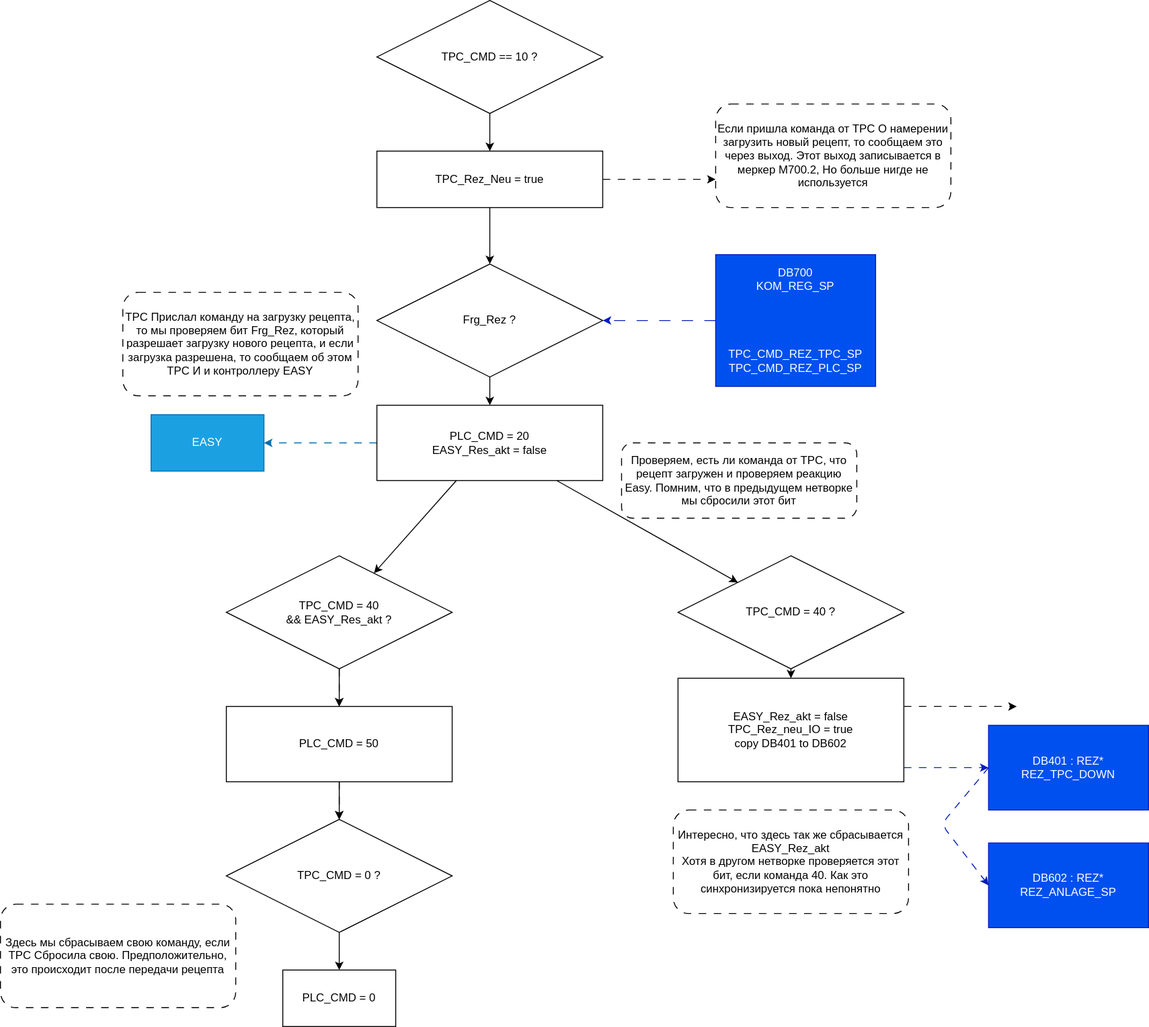
Earlier version of the draw.io export Doc/ПЛК400/Алгоритм загрузки рецепта.drawio.svg (AlexFrick92/PNTZ.Mufta). Source tidied: cells renumbered, new cells last; positions are measured from the earlier drawing's top-left corner, leaving out a move shared by most shapes.
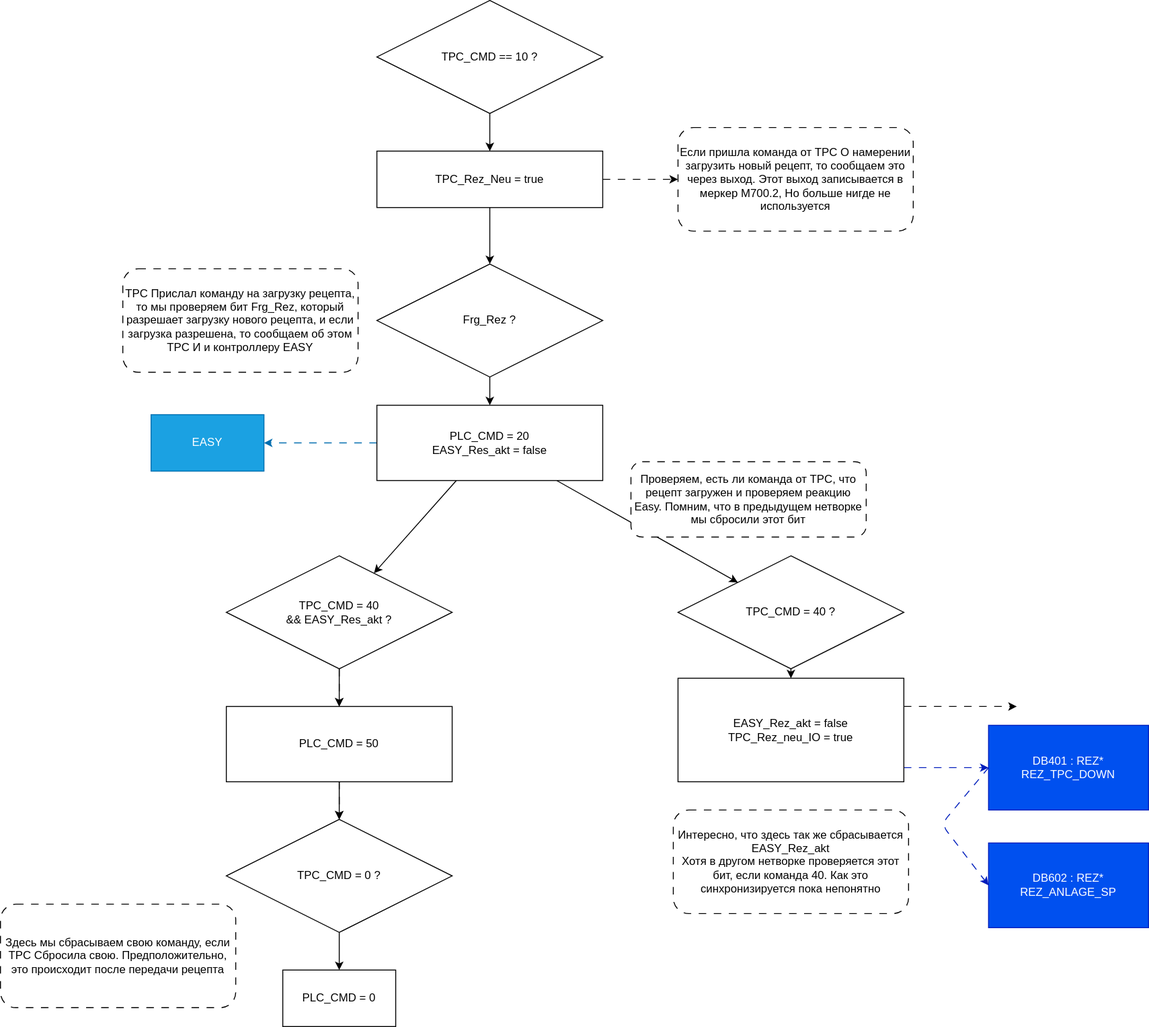
After the change.

Commit message:
Убрал из схемы блок с коммандами. Добавил описание блока в текст

Diff of the diagram source:
```diff
@@ -20,12 +20,6 @@
     <mxCell id="7" value="PLC_CMD = 20&lt;br&gt;EASY_Res_akt = false" style="whiteSpace=wrap;html=1;" parent="1" vertex="1">
       <mxGeometry x="400" y="430" width="240" height="80" as="geometry" />
     </mxCell>
-    <mxCell id="8" style="edgeStyle=none;html=1;dashed=1;fillColor=#0050ef;strokeColor=#001DBC;dashPattern=12 12;" parent="1" edge="1" source="9" target="3">
-      <mxGeometry relative="1" as="geometry" />
-    </mxCell>
-    <mxCell id="9" value="DB700&lt;br&gt;KOM_REG_SP&lt;br&gt;&lt;br&gt;&lt;br&gt;&lt;br&gt;&lt;br&gt;TPC_CMD_REZ_TPC_SP&lt;br&gt;TPC_CMD_REZ_PLC_SP" style="rounded=0;whiteSpace=wrap;html=1;fillColor=#0050ef;strokeColor=#001DBC;fontColor=#ffffff;" parent="1" vertex="1">
-      <mxGeometry x="760" y="270" width="170" height="140" as="geometry" />
-    </mxCell>
     <mxCell id="10" style="edgeStyle=none;html=1;" parent="1" edge="1" source="11" target="31">
       <mxGeometry relative="1" as="geometry" />
     </mxCell>
@@ -36,10 +30,10 @@
       <mxGeometry x="160" y="440" width="120" height="60" as="geometry" />
     </mxCell>
     <mxCell id="13" value="TPC Прислал команду на загрузку рецепта, то мы проверяем бит Frg_Rez, который разрешает загрузку нового рецепта, и если загрузка разрешена, то сообщаем об этом TPC И и контроллеру EASY" style="rounded=1;whiteSpace=wrap;html=1;fillStyle=solid;dashed=1;dashPattern=8 8;" parent="1" vertex="1">
-      <mxGeometry x="130" y="310" width="250" height="110" as="geometry" />
+      <mxGeometry x="130" y="285" width="250" height="110" as="geometry" />
     </mxCell>
     <mxCell id="14" value="Проверяем, есть ли команда от TPC, что рецепт загружен и проверяем реакцию Easy. Помним, что в предыдущем нетворке мы сбросили этот бит" style="rounded=1;whiteSpace=wrap;html=1;fillStyle=solid;dashed=1;dashPattern=8 8;" parent="1" vertex="1">
-      <mxGeometry x="660" y="470" width="250" height="80" as="geometry" />
+      <mxGeometry x="670" y="490" width="250" height="80" as="geometry" />
     </mxCell>
     <mxCell id="15" style="edgeStyle=none;html=1;dashed=1;dashPattern=8 8;" parent="1" edge="1" source="17" target="19">
       <mxGeometry relative="1" as="geometry" />
@@ -71,16 +65,14 @@
     <mxCell id="24" style="edgeStyle=none;html=1;entryX=0.5;entryY=0;entryDx=0;entryDy=0;" parent="1" edge="1" source="26" target="3">
       <mxGeometry relative="1" as="geometry" />
     </mxCell>
-    <mxCell id="25" style="edgeStyle=none;html=1;dashed=1;dashPattern=8 8;" parent="1" edge="1" source="26">
-      <mxGeometry relative="1" as="geometry">
-        <mxPoint x="760" y="190" as="targetPoint" />
-      </mxGeometry>
+    <mxCell id="25" style="edgeStyle=none;html=1;dashed=1;dashPattern=8 8;" parent="1" edge="1" source="26" target="27">
+      <mxGeometry relative="1" as="geometry" />
     </mxCell>
     <mxCell id="26" value="TPC_Rez_Neu = true" style="whiteSpace=wrap;html=1;" parent="1" vertex="1">
       <mxGeometry x="400" y="160" width="240" height="60" as="geometry" />
     </mxCell>
     <mxCell id="27" value="Если пришла команда от TPC О намерении загрузить новый рецепт, то сообщаем это через выход. Этот выход записывается в меркер M700.2, Но больше нигде не используется" style="rounded=1;whiteSpace=wrap;html=1;fillStyle=solid;dashed=1;dashPattern=8 8;" parent="1" vertex="1">
-      <mxGeometry x="760" y="110" width="250" height="110" as="geometry" />
+      <mxGeometry x="720" y="135" width="250" height="110" as="geometry" />
     </mxCell>
     <mxCell id="28" style="edgeStyle=none;html=1;exitX=0;exitY=0.5;exitDx=0;exitDy=0;entryX=0;entryY=0.5;entryDx=0;entryDy=0;dashed=1;dashPattern=8 8;fillColor=#0050ef;strokeColor=#001DBC;" parent="1" edge="1" source="29" target="32">
       <mxGeometry relative="1" as="geometry">
@@ -97,7 +89,7 @@
         <mxPoint x="960" y="815" as="sourcePoint" />
       </mxGeometry>
     </mxCell>
-    <mxCell id="31" value="EASY_Rez_akt = false&lt;br&gt;TPC_Rez_neu_IO = true&lt;br&gt;copy DB401 to DB602" style="whiteSpace=wrap;html=1;" parent="1" vertex="1">
+    <mxCell id="31" value="EASY_Rez_akt = false&lt;br&gt;TPC_Rez_neu_IO = true" style="whiteSpace=wrap;html=1;" parent="1" vertex="1">
       <mxGeometry x="720" y="720" width="240" height="110" as="geometry" />
     </mxCell>
     <mxCell id="32" value="DB602 : REZ*&lt;br&gt;REZ_ANLAGE_SP" style="rounded=0;whiteSpace=wrap;html=1;fillColor=#0050ef;strokeColor=#001DBC;fontColor=#ffffff;" parent="1" vertex="1">
```
